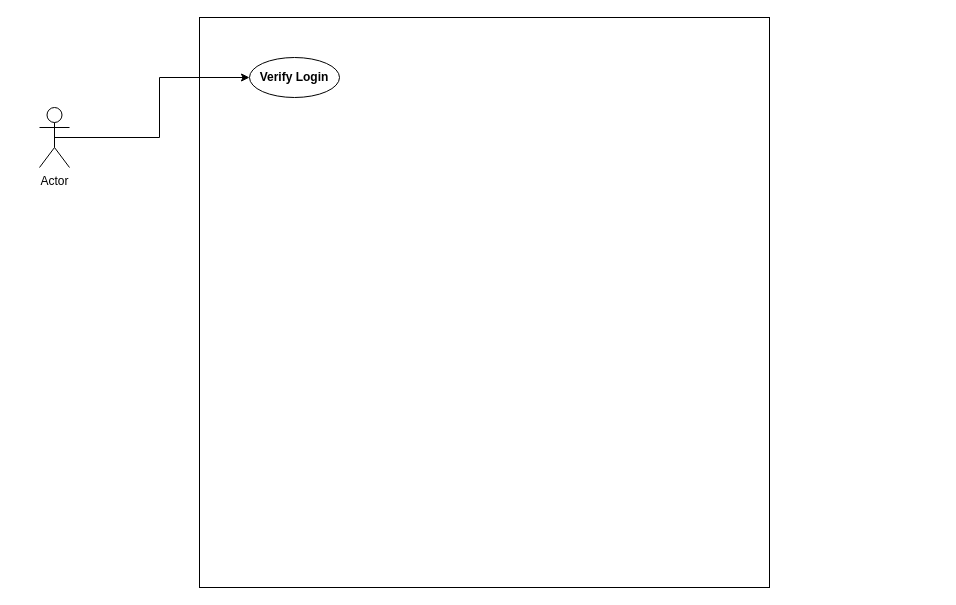
Above: Use_Case.drawio in AbdulmoizTalpur/Tutorial-week-3 (draw.io), before the change. Source tidied: cells renumbered, new cells numbered last; positions are measured from the earlier drawing's top-left corner, leaving out a move shared by most shapes. Both pictures are drawn from the tidied source at 100%, with x=0, y=0 at pixel (39, 17).
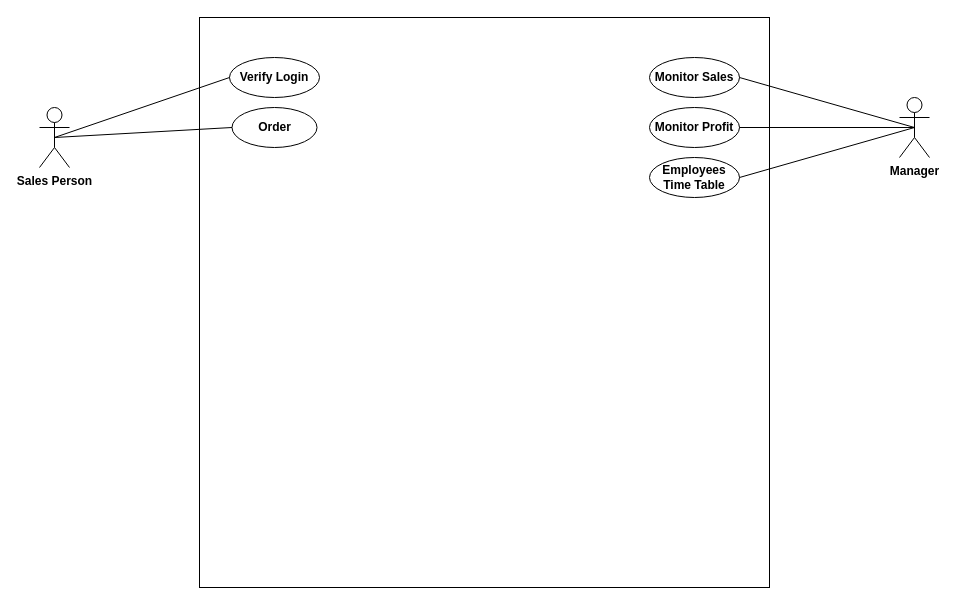
The same diagram, later.

The edit, as a diff of the source:
```diff
@@
 <mxGraphModel>
   <root>
     <mxCell id="0" />
     <mxCell id="1" parent="0" />
     <mxCell id="2" style="whiteSpace=wrap;html=1;" parent="1" vertex="1">
       <mxGeometry x="160" width="570" height="570" as="geometry" />
     </mxCell>
-    <mxCell id="3" style="edgeStyle=orthogonalEdgeStyle;rounded=0;jettySize=auto;html=1;exitX=0.5;exitY=0.5;exitDx=0;exitDy=0;exitPerimeter=0;entryX=0;entryY=0.5;entryDx=0;entryDy=0;" parent="1" edge="1" source="4" target="5">
-      <mxGeometry relative="1" as="geometry" />
-    </mxCell>
-    <mxCell id="4" value="Actor" style="shape=umlActor;verticalLabelPosition=bottom;verticalAlign=top;html=1;" parent="1" vertex="1">
+    <mxCell id="4" value="&lt;b&gt;Sales Person&lt;/b&gt;" style="shape=umlActor;verticalLabelPosition=bottom;verticalAlign=top;html=1;" parent="1" vertex="1">
       <mxGeometry y="90" width="30" height="60" as="geometry" />
     </mxCell>
     <mxCell id="5" value="&lt;b&gt;Verify Login&lt;/b&gt;" style="ellipse;whiteSpace=wrap;html=1;" parent="1" vertex="1">
-      <mxGeometry x="210" y="40" width="90" height="40" as="geometry" />
+      <mxGeometry x="190" y="40" width="90" height="40" as="geometry" />
     </mxCell>
+    <mxCell id="6" value="&lt;b&gt;Manager&lt;/b&gt;" style="shape=umlActor;verticalLabelPosition=bottom;verticalAlign=top;html=1;" parent="1" vertex="1">
+      <mxGeometry x="860" y="80" width="30" height="60" as="geometry" />
+    </mxCell>
+    <mxCell id="7" value="&lt;b&gt;Monitor Sales&lt;/b&gt;" style="ellipse;whiteSpace=wrap;html=1;" parent="1" vertex="1">
+      <mxGeometry x="610" y="40" width="90" height="40" as="geometry" />
+    </mxCell>
+    <mxCell id="8" value="&lt;b&gt;Monitor Profit&lt;/b&gt;" style="ellipse;whiteSpace=wrap;html=1;" parent="1" vertex="1">
+      <mxGeometry x="610" y="90" width="90" height="40" as="geometry" />
+    </mxCell>
+    <mxCell id="3" style="endArrow=none;html=1;rounded=0;exitX=0.5;exitY=0.5;exitDx=0;exitDy=0;exitPerimeter=0;entryX=0;entryY=0.5;entryDx=0;entryDy=0;" parent="1" edge="1" source="4" target="5">
+      <mxGeometry relative="1" as="geometry" />
+    </mxCell>
+    <mxCell id="9" style="endArrow=none;html=1;rounded=0;entryX=0.5;entryY=0.5;entryDx=0;entryDy=0;entryPerimeter=0;exitX=1;exitY=0.5;exitDx=0;exitDy=0;" parent="1" edge="1" source="7" target="6">
+      <mxGeometry relative="1" as="geometry" />
+    </mxCell>
+    <mxCell id="10" style="endArrow=none;html=1;rounded=0;entryX=0.5;entryY=0.5;entryDx=0;entryDy=0;entryPerimeter=0;exitX=1;exitY=0.5;exitDx=0;exitDy=0;" parent="1" edge="1" source="8" target="6">
+      <mxGeometry relative="1" as="geometry" />
+    </mxCell>
+    <mxCell id="11" value="&lt;b&gt;Employees Time Table&lt;/b&gt;" style="ellipse;whiteSpace=wrap;html=1;" parent="1" vertex="1">
+      <mxGeometry x="610" y="140" width="90" height="40" as="geometry" />
+    </mxCell>
+    <mxCell id="12" style="endArrow=none;html=1;rounded=0;entryX=0.5;entryY=0.5;entryDx=0;entryDy=0;entryPerimeter=0;exitX=1;exitY=0.5;exitDx=0;exitDy=0;" parent="1" edge="1" source="11" target="6">
+      <mxGeometry relative="1" as="geometry" />
+    </mxCell>
+    <mxCell id="13" value="&lt;b&gt;Order&lt;/b&gt;" style="ellipse;whiteSpace=wrap;html=1;" parent="1" vertex="1">
+      <mxGeometry x="192.5" y="90" width="85" height="40" as="geometry" />
+    </mxCell>
+    <mxCell id="14" style="endArrow=none;html=1;rounded=0;entryX=0;entryY=0.5;entryDx=0;entryDy=0;exitX=0.5;exitY=0.5;exitDx=0;exitDy=0;exitPerimeter=0;" parent="1" edge="1" source="4" target="13">
+      <mxGeometry relative="1" as="geometry" />
+    </mxCell>
   </root>
 </mxGraphModel>
```
